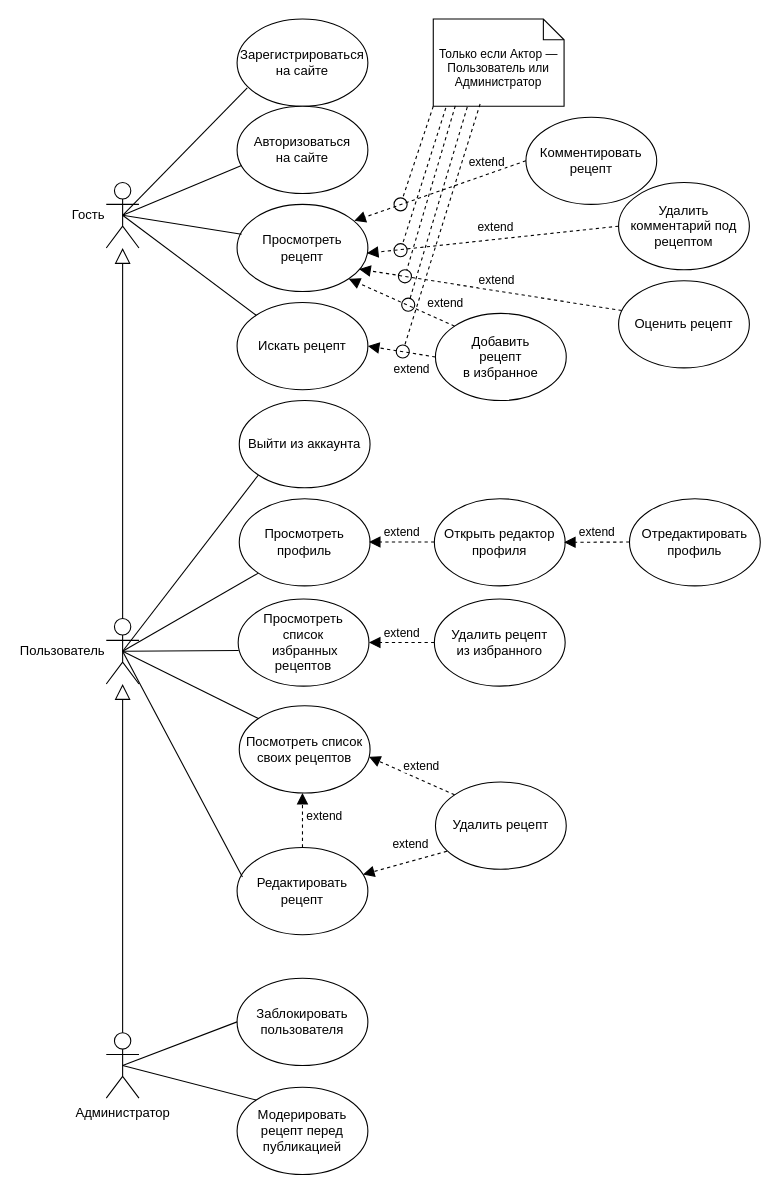
This is docs/Use-cases diagram/Use-cases diagram — Web Gastronomy.drawio from BullDigga/web-gastronomy, a draw.io file, before an edit. Source tidied: cells renumbered, new cells numbered last; positions are measured from the earlier drawing's top-left corner, leaving out a move shared by most shapes. Both pictures are drawn from the tidied source at 109%, with x=0, y=0 at pixel (106, 19).
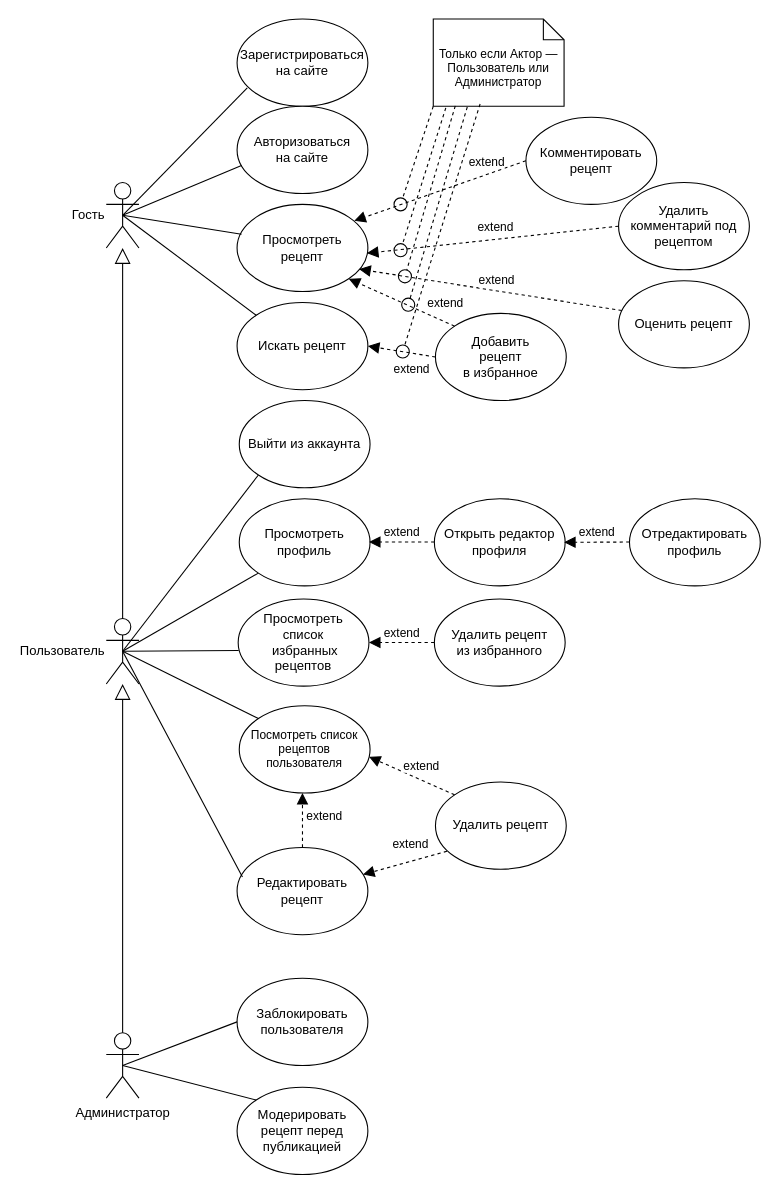
Above is the later version.

Commit message (it also covers changes not shown here):
Переименован use-case «Посмотреть список своих рецептов» на «Посмотреть список рецептов пользователя» в use-cases диаграмме

Diff of the diagram source:
```diff
@@
-    <mxCell id="43" value="&lt;div&gt;Посмотреть список&lt;/div&gt;&lt;div&gt;своих рецептов&lt;/div&gt;" style="ellipse;whiteSpace=wrap;html=1;" parent="1" vertex="1">
+    <mxCell id="43" value="&lt;div&gt;Посмотреть список&lt;/div&gt;&lt;div&gt;рецептов пользователя&lt;/div&gt;" style="ellipse;whiteSpace=wrap;html=1;fontSize=11;" parent="1" vertex="1">
       <mxGeometry x="122" y="630" width="120" height="80" as="geometry" />
     </mxCell>
```
